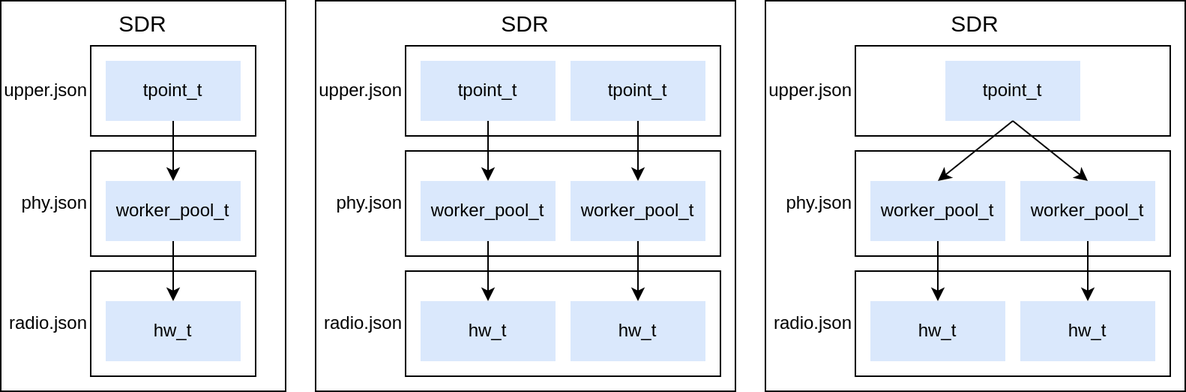
maxpenner/DECT-NR-Plus-SDR keeps this draw.io diagram as docs/layer_and_layer_units.drawio.png. Above is the earlier version. Source tidied: cells renumbered, new cells last; positions are measured from the earlier drawing's top-left corner, leaving out a move shared by most shapes. The source it was exported from:
```xml
<mxGraphModel>
  <root>
    <mxCell id="0" />
    <mxCell id="1" parent="0" />
    <mxCell id="2" value="SDR" style="rounded=0;whiteSpace=wrap;html=1;fillColor=default;verticalAlign=top;fontSize=15;" parent="1" vertex="1">
      <mxGeometry x="210" width="280" height="260" as="geometry" />
    </mxCell>
    <mxCell id="3" value="SDR" style="rounded=0;whiteSpace=wrap;html=1;fillColor=default;verticalAlign=top;fontSize=15;" parent="1" vertex="1">
      <mxGeometry width="190" height="260" as="geometry" />
    </mxCell>
    <mxCell id="4" value="SDR" style="rounded=0;whiteSpace=wrap;html=1;fillColor=default;verticalAlign=top;fontSize=15;" parent="1" vertex="1">
      <mxGeometry x="510" width="280" height="260" as="geometry" />
    </mxCell>
    <mxCell id="5" value="upper.json" style="rounded=0;whiteSpace=wrap;html=1;fillColor=none;labelPosition=left;verticalLabelPosition=middle;align=right;verticalAlign=middle;" parent="1" vertex="1">
      <mxGeometry x="270" y="30" width="210" height="60" as="geometry" />
    </mxCell>
    <mxCell id="6" value="radio.json" style="rounded=0;whiteSpace=wrap;html=1;fillColor=none;labelPosition=left;verticalLabelPosition=middle;align=right;verticalAlign=middle;" parent="1" vertex="1">
      <mxGeometry x="270" y="180" width="210" height="70" as="geometry" />
    </mxCell>
    <mxCell id="7" value="phy.json" style="rounded=0;whiteSpace=wrap;html=1;fillColor=none;labelPosition=left;verticalLabelPosition=middle;align=right;verticalAlign=middle;" parent="1" vertex="1">
      <mxGeometry x="270" y="100" width="210" height="70" as="geometry" />
    </mxCell>
    <mxCell id="8" value="hw_t" style="rounded=0;whiteSpace=wrap;html=1;fillColor=#dae8fc;strokeColor=none;verticalAlign=middle;dashed=1;" parent="1" vertex="1">
      <mxGeometry x="70" y="200" width="90" height="40" as="geometry" />
    </mxCell>
    <mxCell id="9" value="worker_pool_t" style="rounded=0;whiteSpace=wrap;html=1;fillColor=#dae8fc;strokeColor=none;verticalAlign=middle;dashed=1;" parent="1" vertex="1">
      <mxGeometry x="70" y="120" width="90" height="40" as="geometry" />
    </mxCell>
    <mxCell id="10" value="tpoint_t" style="rounded=0;whiteSpace=wrap;html=1;fillColor=#dae8fc;strokeColor=none;verticalAlign=middle;dashed=1;" parent="1" vertex="1">
      <mxGeometry x="70" y="40" width="90" height="40" as="geometry" />
    </mxCell>
    <mxCell id="11" style="endArrow=classic;html=1;rounded=0;exitX=0.5;exitY=1;exitDx=0;exitDy=0;entryX=0.5;entryY=0;entryDx=0;entryDy=0;" parent="1" edge="1" source="10" target="9">
      <mxGeometry relative="1" as="geometry" />
    </mxCell>
    <mxCell id="12" style="endArrow=classic;html=1;rounded=0;exitX=0.5;exitY=1;exitDx=0;exitDy=0;entryX=0.5;entryY=0;entryDx=0;entryDy=0;" parent="1" edge="1" source="9" target="8">
      <mxGeometry relative="1" as="geometry" />
    </mxCell>
    <mxCell id="13" value="radio.json" style="rounded=0;whiteSpace=wrap;html=1;fillColor=none;labelPosition=left;verticalLabelPosition=middle;align=right;verticalAlign=middle;" parent="1" vertex="1">
      <mxGeometry x="60" y="180" width="110" height="70" as="geometry" />
    </mxCell>
    <mxCell id="14" value="phy.json" style="rounded=0;whiteSpace=wrap;html=1;fillColor=none;labelPosition=left;verticalLabelPosition=middle;align=right;verticalAlign=middle;" parent="1" vertex="1">
      <mxGeometry x="60" y="100" width="110" height="70" as="geometry" />
    </mxCell>
    <mxCell id="15" value="upper.json" style="rounded=0;whiteSpace=wrap;html=1;fillColor=none;labelPosition=left;verticalLabelPosition=middle;align=right;verticalAlign=middle;" parent="1" vertex="1">
      <mxGeometry x="60" y="30" width="110" height="60" as="geometry" />
    </mxCell>
    <mxCell id="16" value="hw_t" style="rounded=0;whiteSpace=wrap;html=1;fillColor=#dae8fc;strokeColor=none;verticalAlign=middle;dashed=1;" parent="1" vertex="1">
      <mxGeometry x="280" y="200" width="90" height="40" as="geometry" />
    </mxCell>
    <mxCell id="17" value="worker_pool_t" style="rounded=0;whiteSpace=wrap;html=1;fillColor=#dae8fc;strokeColor=none;verticalAlign=middle;dashed=1;" parent="1" vertex="1">
      <mxGeometry x="280" y="120" width="90" height="40" as="geometry" />
    </mxCell>
    <mxCell id="18" value="tpoint_t" style="rounded=0;whiteSpace=wrap;html=1;fillColor=#dae8fc;strokeColor=none;verticalAlign=middle;dashed=1;" parent="1" vertex="1">
      <mxGeometry x="280" y="40" width="90" height="40" as="geometry" />
    </mxCell>
    <mxCell id="19" style="endArrow=classic;html=1;rounded=0;exitX=0.5;exitY=1;exitDx=0;exitDy=0;entryX=0.5;entryY=0;entryDx=0;entryDy=0;" parent="1" edge="1" source="18" target="17">
      <mxGeometry relative="1" as="geometry" />
    </mxCell>
    <mxCell id="20" style="endArrow=classic;html=1;rounded=0;exitX=0.5;exitY=1;exitDx=0;exitDy=0;entryX=0.5;entryY=0;entryDx=0;entryDy=0;" parent="1" edge="1" source="17" target="16">
      <mxGeometry relative="1" as="geometry" />
    </mxCell>
    <mxCell id="21" value="hw_t" style="rounded=0;whiteSpace=wrap;html=1;fillColor=#dae8fc;strokeColor=none;verticalAlign=middle;dashed=1;" parent="1" vertex="1">
      <mxGeometry x="380" y="200" width="90" height="40" as="geometry" />
    </mxCell>
    <mxCell id="22" value="worker_pool_t" style="rounded=0;whiteSpace=wrap;html=1;fillColor=#dae8fc;strokeColor=none;verticalAlign=middle;dashed=1;" parent="1" vertex="1">
      <mxGeometry x="380" y="120" width="90" height="40" as="geometry" />
    </mxCell>
    <mxCell id="23" value="tpoint_t" style="rounded=0;whiteSpace=wrap;html=1;fillColor=#dae8fc;strokeColor=none;verticalAlign=middle;dashed=1;" parent="1" vertex="1">
      <mxGeometry x="380" y="40" width="90" height="40" as="geometry" />
    </mxCell>
    <mxCell id="24" style="endArrow=classic;html=1;rounded=0;exitX=0.5;exitY=1;exitDx=0;exitDy=0;entryX=0.5;entryY=0;entryDx=0;entryDy=0;" parent="1" edge="1" source="23" target="22">
      <mxGeometry relative="1" as="geometry" />
    </mxCell>
    <mxCell id="25" style="endArrow=classic;html=1;rounded=0;exitX=0.5;exitY=1;exitDx=0;exitDy=0;entryX=0.5;entryY=0;entryDx=0;entryDy=0;" parent="1" edge="1" source="22" target="21">
      <mxGeometry relative="1" as="geometry" />
    </mxCell>
    <mxCell id="26" value="upper.json" style="rounded=0;whiteSpace=wrap;html=1;fillColor=none;labelPosition=left;verticalLabelPosition=middle;align=right;verticalAlign=middle;" parent="1" vertex="1">
      <mxGeometry x="570" y="30" width="210" height="60" as="geometry" />
    </mxCell>
    <mxCell id="27" value="radio.json" style="rounded=0;whiteSpace=wrap;html=1;fillColor=none;labelPosition=left;verticalLabelPosition=middle;align=right;verticalAlign=middle;" parent="1" vertex="1">
      <mxGeometry x="570" y="180" width="210" height="70" as="geometry" />
    </mxCell>
    <mxCell id="28" value="phy.json" style="rounded=0;whiteSpace=wrap;html=1;fillColor=none;labelPosition=left;verticalLabelPosition=middle;align=right;verticalAlign=middle;" parent="1" vertex="1">
      <mxGeometry x="570" y="100" width="210" height="70" as="geometry" />
    </mxCell>
    <mxCell id="29" value="hw_t" style="rounded=0;whiteSpace=wrap;html=1;fillColor=#dae8fc;strokeColor=none;verticalAlign=middle;dashed=1;" parent="1" vertex="1">
      <mxGeometry x="580" y="200" width="90" height="40" as="geometry" />
    </mxCell>
    <mxCell id="30" value="worker_pool_t" style="rounded=0;whiteSpace=wrap;html=1;fillColor=#dae8fc;strokeColor=none;verticalAlign=middle;dashed=1;" parent="1" vertex="1">
      <mxGeometry x="580" y="120" width="90" height="40" as="geometry" />
    </mxCell>
    <mxCell id="31" value="tpoint_t" style="rounded=0;whiteSpace=wrap;html=1;fillColor=#dae8fc;strokeColor=none;verticalAlign=middle;dashed=1;" parent="1" vertex="1">
      <mxGeometry x="630" y="40" width="90" height="40" as="geometry" />
    </mxCell>
    <mxCell id="32" style="endArrow=classic;html=1;rounded=0;exitX=0.5;exitY=1;exitDx=0;exitDy=0;entryX=0.5;entryY=0;entryDx=0;entryDy=0;" parent="1" edge="1" source="31" target="30">
      <mxGeometry relative="1" as="geometry" />
    </mxCell>
    <mxCell id="33" style="endArrow=classic;html=1;rounded=0;exitX=0.5;exitY=1;exitDx=0;exitDy=0;entryX=0.5;entryY=0;entryDx=0;entryDy=0;" parent="1" edge="1" source="30" target="29">
      <mxGeometry relative="1" as="geometry" />
    </mxCell>
    <mxCell id="34" value="hw_t" style="rounded=0;whiteSpace=wrap;html=1;fillColor=#dae8fc;strokeColor=none;verticalAlign=middle;dashed=1;" parent="1" vertex="1">
      <mxGeometry x="680" y="200" width="90" height="40" as="geometry" />
    </mxCell>
    <mxCell id="35" value="worker_pool_t" style="rounded=0;whiteSpace=wrap;html=1;fillColor=#dae8fc;strokeColor=none;verticalAlign=middle;dashed=1;" parent="1" vertex="1">
      <mxGeometry x="680" y="120" width="90" height="40" as="geometry" />
    </mxCell>
    <mxCell id="36" style="endArrow=classic;html=1;rounded=0;exitX=0.5;exitY=1;exitDx=0;exitDy=0;entryX=0.5;entryY=0;entryDx=0;entryDy=0;" parent="1" edge="1" source="35" target="34">
      <mxGeometry relative="1" as="geometry" />
    </mxCell>
    <mxCell id="37" style="endArrow=classic;html=1;rounded=0;exitX=0.5;exitY=1;exitDx=0;exitDy=0;entryX=0.5;entryY=0;entryDx=0;entryDy=0;" parent="1" edge="1" source="31" target="35">
      <mxGeometry relative="1" as="geometry" />
    </mxCell>
  </root>
</mxGraphModel>
```
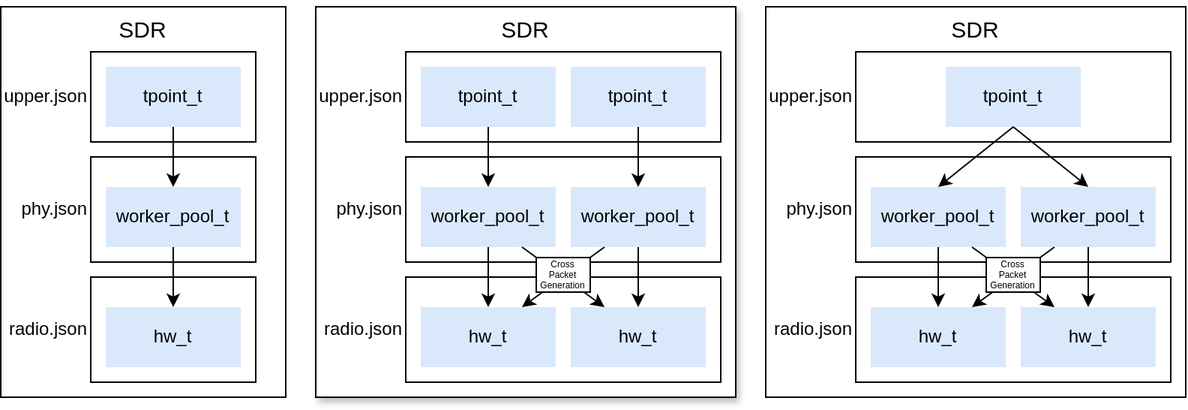
Above is the later version.

What changed in the source:
```diff
@@ -2,7 +2,7 @@
   <root>
     <mxCell id="0" />
     <mxCell id="1" parent="0" />
-    <mxCell id="2" value="SDR" style="rounded=0;whiteSpace=wrap;html=1;fillColor=default;verticalAlign=top;fontSize=15;" parent="1" vertex="1">
+    <mxCell id="2" value="SDR" style="rounded=0;whiteSpace=wrap;html=1;fillColor=default;verticalAlign=top;fontSize=15;shadow=1;" parent="1" vertex="1">
       <mxGeometry x="210" width="280" height="260" as="geometry" />
     </mxCell>
     <mxCell id="3" value="SDR" style="rounded=0;whiteSpace=wrap;html=1;fillColor=default;verticalAlign=top;fontSize=15;" parent="1" vertex="1">
@@ -110,5 +110,23 @@
     <mxCell id="37" style="endArrow=classic;html=1;rounded=0;exitX=0.5;exitY=1;exitDx=0;exitDy=0;entryX=0.5;entryY=0;entryDx=0;entryDy=0;" parent="1" edge="1" source="31" target="35">
       <mxGeometry relative="1" as="geometry" />
     </mxCell>
+    <mxCell id="38" style="endArrow=classic;html=1;rounded=0;exitX=0.25;exitY=1;exitDx=0;exitDy=0;entryX=0.75;entryY=0;entryDx=0;entryDy=0;fillColor=#f8cecc;strokeColor=#000000;" parent="1" edge="1" source="22" target="16">
+      <mxGeometry relative="1" as="geometry" />
+    </mxCell>
+    <mxCell id="39" style="endArrow=classic;html=1;rounded=0;exitX=0.75;exitY=1;exitDx=0;exitDy=0;entryX=0.25;entryY=0;entryDx=0;entryDy=0;fillColor=#f8cecc;strokeColor=#000000;" parent="1" edge="1" source="17" target="21">
+      <mxGeometry relative="1" as="geometry" />
+    </mxCell>
+    <mxCell id="40" style="endArrow=classic;html=1;rounded=0;exitX=0.25;exitY=1;exitDx=0;exitDy=0;entryX=0.75;entryY=0;entryDx=0;entryDy=0;fillColor=#f8cecc;strokeColor=#000000;" parent="1" edge="1" source="35" target="29">
+      <mxGeometry relative="1" as="geometry" />
+    </mxCell>
+    <mxCell id="41" style="endArrow=classic;html=1;rounded=0;exitX=0.75;exitY=1;exitDx=0;exitDy=0;fillColor=#f8cecc;strokeColor=#000000;entryX=0.25;entryY=0;entryDx=0;entryDy=0;" parent="1" edge="1" source="30" target="34">
+      <mxGeometry relative="1" as="geometry" />
+    </mxCell>
+    <mxCell id="42" value="Cross&lt;div&gt;Packet&lt;/div&gt;&lt;div&gt;Generation&lt;/div&gt;" style="text;html=1;align=center;verticalAlign=middle;whiteSpace=wrap;rounded=0;fontSize=6;fillColor=default;strokeColor=#000000;glass=0;shadow=0;" parent="1" vertex="1">
+      <mxGeometry x="357" y="167" width="36" height="23" as="geometry" />
+    </mxCell>
+    <mxCell id="43" value="Cross&lt;div&gt;Packet&lt;/div&gt;&lt;div&gt;Generation&lt;/div&gt;" style="text;html=1;align=center;verticalAlign=middle;whiteSpace=wrap;rounded=0;fontSize=6;fillColor=default;strokeColor=#000000;glass=0;shadow=0;" parent="1" vertex="1">
+      <mxGeometry x="657" y="167" width="36" height="23" as="geometry" />
+    </mxCell>
   </root>
 </mxGraphModel>
```
